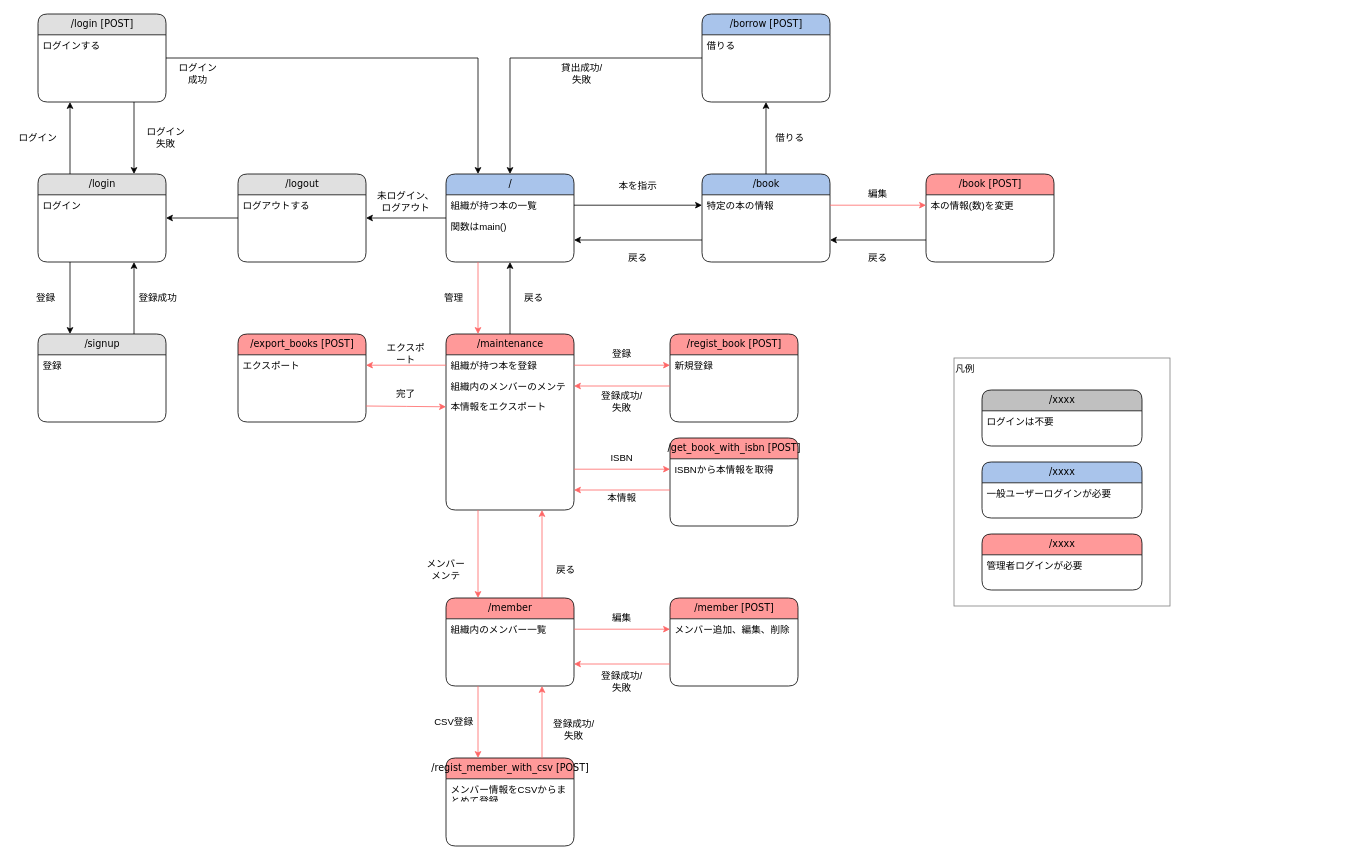
The draw.io diagram doc/screen_transition_diagram.drawio in yo16/bookshelf_2023, before the edit. Source tidied: cells renumbered, new cells numbered last; positions are measured from the earlier drawing's top-left corner, leaving out a move shared by most shapes. Both pictures are drawn from the tidied source at 80%, with x=0, y=0 at pixel (14, 14).
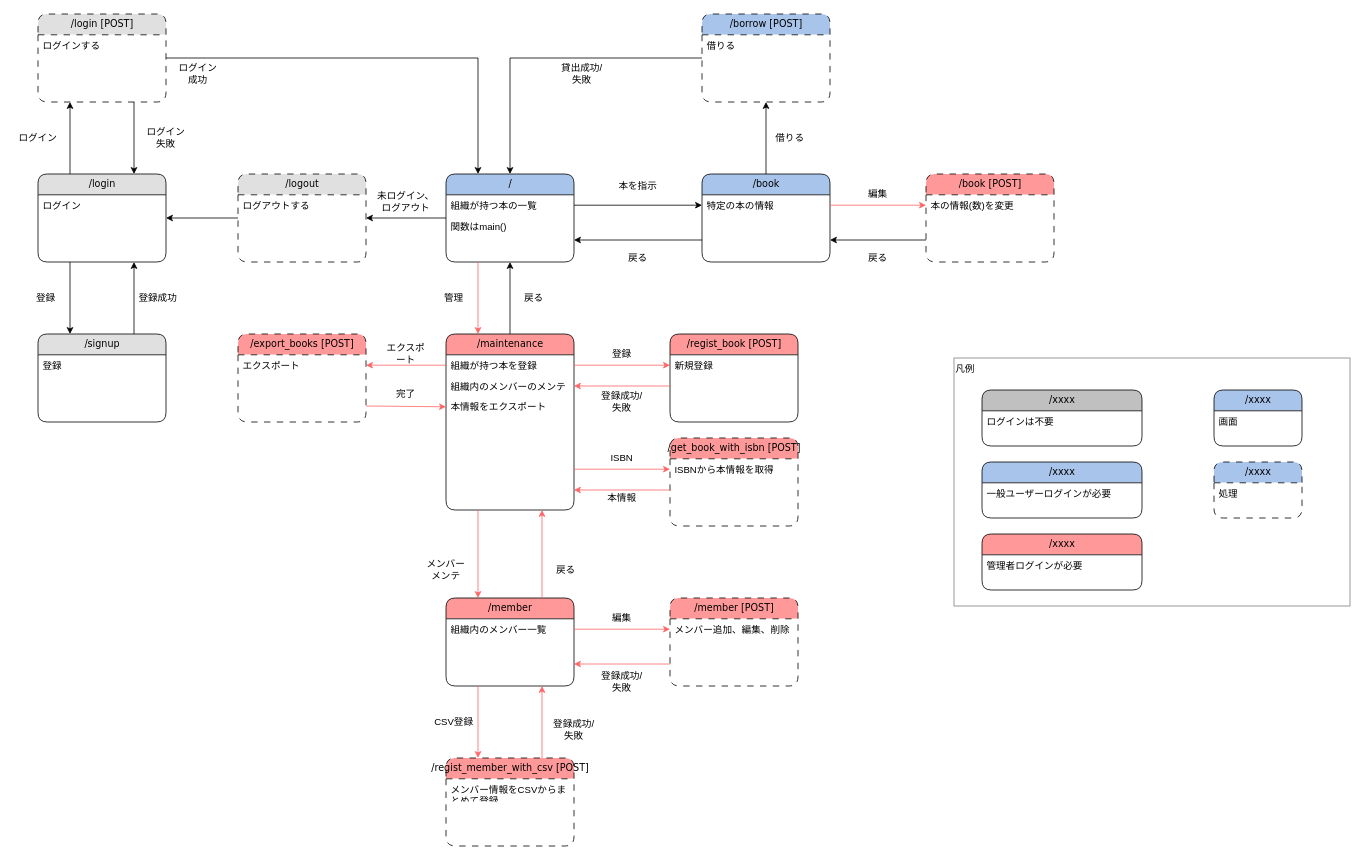
After the change.

Unchanged cells that the change refers to:
```xml
<mxCell id="48" value="/regist_book [POST]" style="swimlane;html=1;fontStyle=0;horizontal=1;startSize=26;fillColor=#FF9999;swimlaneFillColor=#ffffff;align=center;rounded=1;shadow=0;comic=0;labelBackgroundColor=none;strokeWidth=1;fontFamily=Verdana;fontSize=12;" parent="1" vertex="1">
  <mxGeometry x="820" y="400" width="160" height="110" as="geometry" />
</mxCell>
```

Diff of the diagram source:
```diff
@@
     <mxCell id="2" value="凡例" style="rounded=0;whiteSpace=wrap;html=1;align=left;verticalAlign=top;strokeColor=#808080;" parent="1" vertex="1">
-      <mxGeometry x="1175" y="430" width="270" height="310" as="geometry" />
+      <mxGeometry x="1175" y="430" width="495" height="310" as="geometry" />
     </mxCell>
@@
-    <mxCell id="37" value="/borrow [POST]" style="swimlane;html=1;fontStyle=0;horizontal=1;startSize=26;fillColor=#A9C4EB;swimlaneFillColor=#ffffff;align=center;rounded=1;shadow=0;comic=0;labelBackgroundColor=none;strokeWidth=1;fontFamily=Verdana;fontSize=12;" parent="1" vertex="1">
+    <mxCell id="37" value="/borrow [POST]" style="swimlane;html=1;fontStyle=0;horizontal=1;startSize=26;fillColor=#A9C4EB;swimlaneFillColor=#ffffff;align=center;rounded=1;shadow=0;comic=0;labelBackgroundColor=none;strokeWidth=1;fontFamily=Verdana;fontSize=12;dashed=1;dashPattern=8 8;" parent="1" vertex="1">
       <mxGeometry x="860" width="160" height="110" as="geometry" />
     </mxCell>
@@
-    <mxCell id="43" value="/login [POST]" style="swimlane;html=1;fontStyle=0;horizontal=1;startSize=26;fillColor=#E0E0E0;swimlaneFillColor=#ffffff;align=center;rounded=1;shadow=0;comic=0;labelBackgroundColor=none;strokeWidth=1;fontFamily=Verdana;fontSize=12;" parent="1" vertex="1">
+    <mxCell id="43" value="/login [POST]" style="swimlane;html=1;fontStyle=0;horizontal=1;startSize=26;fillColor=#E0E0E0;swimlaneFillColor=#ffffff;align=center;rounded=1;shadow=0;comic=0;labelBackgroundColor=none;strokeWidth=1;fontFamily=Verdana;fontSize=12;dashed=1;dashPattern=8 8;" parent="1" vertex="1">
       <mxGeometry x="30" width="160" height="110" as="geometry" />
     </mxCell>
@@
-    <mxCell id="50" style="text;html=1;strokeColor=none;fillColor=none;spacingLeft=4;spacingRight=4;whiteSpace=wrap;overflow=hidden;points=[[0,0.5],[1,0.5]];portConstraint=eastwest;" parent="48" vertex="1">
+    <mxCell id="50" style="text;html=1;strokeColor=none;fillColor=none;spacingLeft=4;spacingRight=4;whiteSpace=wrap;overflow=hidden;points=[[0,0.5],[1,0.5]];portConstraint=eastwest;dashed=1;dashPattern=8 8;" parent="48" vertex="1">
       <mxGeometry y="52" width="160" height="26" as="geometry" />
     </mxCell>
-    <mxCell id="51" value="/member [POST]" style="swimlane;html=1;fontStyle=0;horizontal=1;startSize=26;fillColor=#FF9999;swimlaneFillColor=#ffffff;align=center;rounded=1;shadow=0;comic=0;labelBackgroundColor=none;strokeWidth=1;fontFamily=Verdana;fontSize=12;" parent="1" vertex="1">
+    <mxCell id="51" value="/member [POST]" style="swimlane;html=1;fontStyle=0;horizontal=1;startSize=26;fillColor=#FF9999;swimlaneFillColor=#ffffff;align=center;rounded=1;shadow=0;comic=0;labelBackgroundColor=none;strokeWidth=1;fontFamily=Verdana;fontSize=12;dashed=1;dashPattern=8 8;" parent="1" vertex="1">
       <mxGeometry x="820" y="730" width="160" height="110" as="geometry" />
     </mxCell>
@@
-    <mxCell id="53" value="/book [POST]" style="swimlane;html=1;fontStyle=0;horizontal=1;startSize=26;fillColor=#FF9999;swimlaneFillColor=#ffffff;align=center;rounded=1;shadow=0;comic=0;labelBackgroundColor=none;strokeWidth=1;fontFamily=Verdana;fontSize=12;" parent="1" vertex="1">
+    <mxCell id="53" value="/book [POST]" style="swimlane;html=1;fontStyle=0;horizontal=1;startSize=26;fillColor=#FF9999;swimlaneFillColor=#ffffff;align=center;rounded=1;shadow=0;comic=0;labelBackgroundColor=none;strokeWidth=1;fontFamily=Verdana;fontSize=12;dashed=1;dashPattern=8 8;" parent="1" vertex="1">
       <mxGeometry x="1140" y="200" width="160" height="110" as="geometry" />
     </mxCell>
@@
-    <mxCell id="73" value="/regist_member_with_csv [POST]" style="swimlane;html=1;fontStyle=0;horizontal=1;startSize=26;fillColor=#FF9999;swimlaneFillColor=#ffffff;align=center;rounded=1;shadow=0;comic=0;labelBackgroundColor=none;strokeWidth=1;fontFamily=Verdana;fontSize=12;" parent="1" vertex="1">
+    <mxCell id="73" value="/regist_member_with_csv [POST]" style="swimlane;html=1;fontStyle=0;horizontal=1;startSize=26;fillColor=#FF9999;swimlaneFillColor=#ffffff;align=center;rounded=1;shadow=0;comic=0;labelBackgroundColor=none;strokeWidth=1;fontFamily=Verdana;fontSize=12;dashed=1;dashPattern=8 8;" parent="1" vertex="1">
       <mxGeometry x="540" y="930" width="160" height="110" as="geometry" />
     </mxCell>
@@
-    <mxCell id="79" value="/export_books [POST]" style="swimlane;html=1;fontStyle=0;horizontal=1;startSize=26;fillColor=#FF9999;swimlaneFillColor=#ffffff;align=center;rounded=1;shadow=0;comic=0;labelBackgroundColor=none;strokeWidth=1;fontFamily=Verdana;fontSize=12;" parent="1" vertex="1">
+    <mxCell id="79" value="/export_books [POST]" style="swimlane;html=1;fontStyle=0;horizontal=1;startSize=26;fillColor=#FF9999;swimlaneFillColor=#ffffff;align=center;rounded=1;shadow=0;comic=0;labelBackgroundColor=none;strokeWidth=1;fontFamily=Verdana;fontSize=12;dashed=1;dashPattern=8 8;" parent="1" vertex="1">
       <mxGeometry x="280" y="400" width="160" height="110" as="geometry" />
     </mxCell>
@@
-    <mxCell id="91" value="/logout" style="swimlane;html=1;fontStyle=0;horizontal=1;startSize=26;fillColor=#E0E0E0;swimlaneFillColor=#ffffff;align=center;rounded=1;shadow=0;comic=0;labelBackgroundColor=none;strokeWidth=1;fontFamily=Verdana;fontSize=12;" parent="1" vertex="1">
+    <mxCell id="91" value="/logout" style="swimlane;html=1;fontStyle=0;horizontal=1;startSize=26;fillColor=#E0E0E0;swimlaneFillColor=#ffffff;align=center;rounded=1;shadow=0;comic=0;labelBackgroundColor=none;strokeWidth=1;fontFamily=Verdana;fontSize=12;dashed=1;dashPattern=8 8;" parent="1" vertex="1">
       <mxGeometry x="280" y="200" width="160" height="110" as="geometry" />
     </mxCell>
@@
-    <mxCell id="94" value="/get_book_with_isbn [POST]" style="swimlane;html=1;fontStyle=0;horizontal=1;startSize=26;fillColor=#FF9999;swimlaneFillColor=#ffffff;align=center;rounded=1;shadow=0;comic=0;labelBackgroundColor=none;strokeWidth=1;fontFamily=Verdana;fontSize=12;" parent="1" vertex="1">
+    <mxCell id="94" value="/get_book_with_isbn [POST]" style="swimlane;html=1;fontStyle=0;horizontal=1;startSize=26;fillColor=#FF9999;swimlaneFillColor=#ffffff;align=center;rounded=1;shadow=0;comic=0;labelBackgroundColor=none;strokeWidth=1;fontFamily=Verdana;fontSize=12;dashed=1;dashPattern=8 8;" parent="1" vertex="1">
       <mxGeometry x="820" y="530" width="160" height="110" as="geometry" />
     </mxCell>
@@
+    <mxCell id="101" value="/xxxx" style="swimlane;html=1;fontStyle=0;horizontal=1;startSize=26;fillColor=#A9C4EB;swimlaneFillColor=#ffffff;align=center;rounded=1;shadow=0;comic=0;labelBackgroundColor=none;strokeWidth=1;fontFamily=Verdana;fontSize=12;" parent="1" vertex="1">
+      <mxGeometry x="1500" y="470" width="110" height="70" as="geometry" />
+    </mxCell>
+    <mxCell id="102" value="画面" style="text;html=1;strokeColor=none;fillColor=none;spacingLeft=4;spacingRight=4;whiteSpace=wrap;overflow=hidden;" parent="101" vertex="1">
+      <mxGeometry y="26" width="110" height="26" as="geometry" />
+    </mxCell>
+    <mxCell id="103" value="/xxxx" style="swimlane;html=1;fontStyle=0;horizontal=1;startSize=26;fillColor=#A9C4EB;swimlaneFillColor=#ffffff;align=center;rounded=1;shadow=0;comic=0;labelBackgroundColor=none;strokeWidth=1;fontFamily=Verdana;fontSize=12;dashed=1;dashPattern=8 8;" parent="1" vertex="1">
+      <mxGeometry x="1500" y="560" width="110" height="70" as="geometry" />
+    </mxCell>
+    <mxCell id="104" value="処理" style="text;html=1;strokeColor=none;fillColor=none;spacingLeft=4;spacingRight=4;whiteSpace=wrap;overflow=hidden;" parent="103" vertex="1">
+      <mxGeometry y="26" width="110" height="26" as="geometry" />
+    </mxCell>
```
